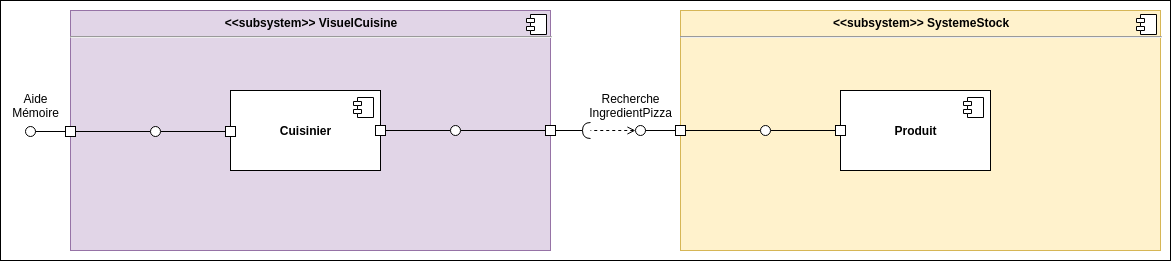
This is Diag_component_visu_cuisine.png from micktymoon/P6_pelletier_c-line, a draw.io export, as it was before one commit. Source tidied: cells renumbered, new cells last; positions are measured from the earlier drawing's top-left corner, leaving out a move shared by most shapes.
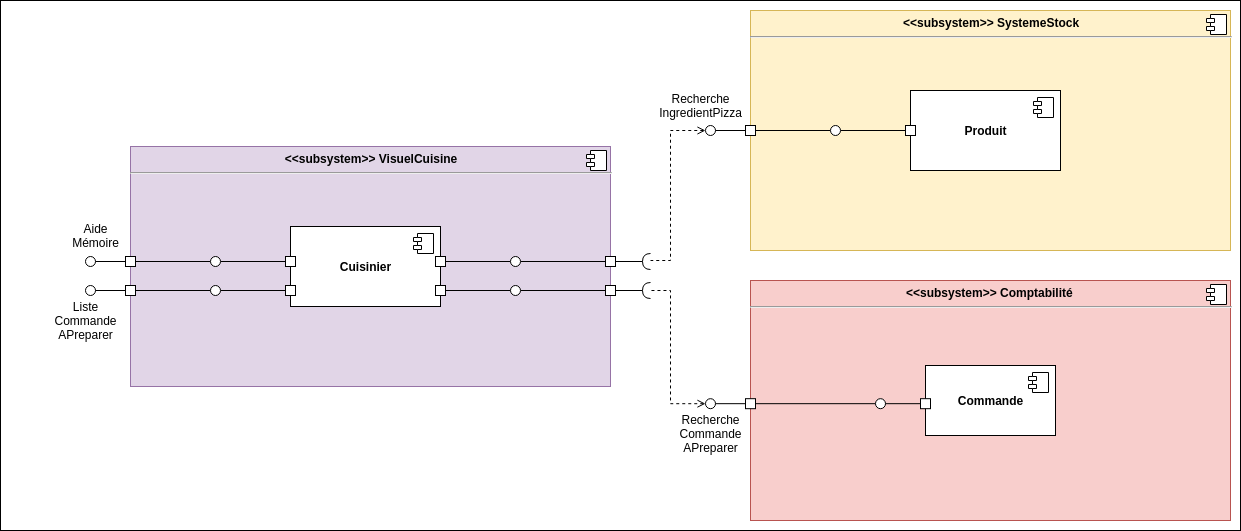
Above is the later version.

What changed in the source:
```diff
@@ -2,11 +2,11 @@
   <root>
     <mxCell id="0" />
     <mxCell id="1" parent="0" />
-    <mxCell id="2" style="rounded=0;whiteSpace=wrap;html=1;" parent="1" vertex="1">
-      <mxGeometry width="1170" height="260" as="geometry" />
-    </mxCell>
+    <mxCell id="34" style="rounded=0;whiteSpace=wrap;html=1;" parent="1" vertex="1">
+      <mxGeometry x="-70" width="1240" height="530" as="geometry" />
+    </mxCell>
     <mxCell id="3" value="&lt;p style=&quot;margin: 6px 0px 0px ; text-align: center&quot;&gt;&lt;b&gt;&amp;lt;&amp;lt;subsystem&amp;gt;&amp;gt; VisuelCuisine&lt;/b&gt;&lt;/p&gt;&lt;hr&gt;&lt;p style=&quot;margin: 0px 0px 0px 8px&quot;&gt;&lt;br&gt;&lt;/p&gt;" style="align=left;overflow=fill;html=1;fillColor=#e1d5e7;strokeColor=#9673a6;" parent="1" vertex="1">
-      <mxGeometry x="70" y="10" width="480" height="240" as="geometry" />
+      <mxGeometry x="60" y="146" width="480" height="240" as="geometry" />
     </mxCell>
     <mxCell id="4" style="shape=component;jettyWidth=8;jettyHeight=4;" parent="3" vertex="1">
       <mxGeometry x="1" width="20" height="20" relative="1" as="geometry">
@@ -14,7 +14,7 @@
       </mxGeometry>
     </mxCell>
     <mxCell id="5" value="&lt;b&gt;Cuisinier&lt;/b&gt;" style="html=1;" parent="1" vertex="1">
-      <mxGeometry x="230" y="90" width="150" height="80" as="geometry" />
+      <mxGeometry x="220" y="226" width="150" height="80" as="geometry" />
     </mxCell>
     <mxCell id="6" style="shape=component;jettyWidth=8;jettyHeight=4;" parent="5" vertex="1">
       <mxGeometry x="1" width="20" height="20" relative="1" as="geometry">
@@ -22,24 +22,24 @@
       </mxGeometry>
     </mxCell>
     <mxCell id="7" style="whiteSpace=wrap;html=1;" parent="1" vertex="1">
-      <mxGeometry x="375" y="125" width="10" height="10" as="geometry" />
+      <mxGeometry x="365" y="256" width="10" height="10" as="geometry" />
     </mxCell>
     <mxCell id="8" style="rounded=0;jettySize=auto;html=1;endArrow=halfCircle;endFill=0;endSize=6;strokeWidth=1;exitX=0;exitY=0.5;exitDx=0;exitDy=0;" parent="1" edge="1" source="11">
       <mxGeometry relative="1" as="geometry">
-        <mxPoint x="590" y="130" as="targetPoint" />
+        <mxPoint x="580" y="261" as="targetPoint" />
       </mxGeometry>
     </mxCell>
     <mxCell id="9" style="edgeStyle=none;rounded=0;jettySize=auto;html=1;startArrow=none;startFill=0;endArrow=none;endFill=0;exitX=1;exitY=0.5;exitDx=0;exitDy=0;" parent="1" edge="1" source="7" target="12">
       <mxGeometry relative="1" as="geometry" />
     </mxCell>
-    <mxCell id="10" style="edgeStyle=none;rounded=0;jettySize=auto;html=1;exitX=0;exitY=0.5;exitDx=0;exitDy=0;startArrow=none;startFill=0;endArrow=none;endFill=0;" parent="1" edge="1" source="11" target="12">
+    <mxCell id="10" style="edgeStyle=none;rounded=0;jettySize=auto;html=1;startArrow=none;startFill=0;endArrow=none;endFill=0;" parent="1" edge="1" source="11" target="12">
       <mxGeometry relative="1" as="geometry" />
     </mxCell>
     <mxCell id="11" style="whiteSpace=wrap;html=1;" parent="1" vertex="1">
-      <mxGeometry x="545" y="125" width="10" height="10" as="geometry" />
+      <mxGeometry x="535" y="256" width="10" height="10" as="geometry" />
     </mxCell>
     <mxCell id="12" style="ellipse;whiteSpace=wrap;html=1;fontFamily=Helvetica;fontSize=12;fontColor=#000000;align=center;strokeColor=#000000;fillColor=#ffffff;points=[];direction=south;" parent="1" vertex="1">
-      <mxGeometry x="450" y="125" width="10" height="10" as="geometry" />
+      <mxGeometry x="440" y="256" width="10" height="10" as="geometry" />
     </mxCell>
     <mxCell id="13" value="Recherche&lt;br&gt;IngredientPizza" style="text;html=1;align=center;verticalAlign=middle;" parent="1" vertex="1">
       <mxGeometry x="580" y="90" width="100" height="30" as="geometry" />
@@ -81,13 +81,17 @@
     <mxCell id="24" style="ellipse;whiteSpace=wrap;html=1;fontFamily=Helvetica;fontSize=12;fontColor=#000000;align=center;strokeColor=#000000;fillColor=#ffffff;points=[];direction=south;" parent="1" vertex="1">
       <mxGeometry x="635" y="125" width="10" height="10" as="geometry" />
     </mxCell>
-    <mxCell id="25" style="edgeStyle=none;rounded=0;jettySize=auto;html=1;startArrow=open;startFill=0;endArrow=none;endFill=0;dashed=1;" parent="1" edge="1" source="24">
+    <mxCell id="25" style="rounded=0;jettySize=auto;html=1;startArrow=open;startFill=0;endArrow=none;endFill=0;dashed=1;edgeStyle=orthogonalEdgeStyle;" parent="1" edge="1" source="24">
       <mxGeometry relative="1" as="geometry">
-        <mxPoint x="590" y="130" as="targetPoint" />
+        <mxPoint x="580" y="260" as="targetPoint" />
+        <Array as="points">
+          <mxPoint x="600" y="130" />
+          <mxPoint x="600" y="260" />
+        </Array>
       </mxGeometry>
     </mxCell>
     <mxCell id="26" style="whiteSpace=wrap;html=1;" parent="1" vertex="1">
-      <mxGeometry x="225" y="126" width="10" height="10" as="geometry" />
+      <mxGeometry x="215" y="256" width="10" height="10" as="geometry" />
     </mxCell>
     <mxCell id="27" style="edgeStyle=none;rounded=0;jettySize=auto;html=1;exitX=0;exitY=0.5;exitDx=0;exitDy=0;startArrow=none;startFill=0;endArrow=none;endFill=0;" parent="1" edge="1" source="26" target="31">
       <mxGeometry relative="1" as="geometry" />
@@ -99,16 +103,110 @@
       <mxGeometry relative="1" as="geometry" />
     </mxCell>
     <mxCell id="30" style="whiteSpace=wrap;html=1;" parent="1" vertex="1">
-      <mxGeometry x="65" y="126" width="10" height="10" as="geometry" />
+      <mxGeometry x="55" y="256" width="10" height="10" as="geometry" />
     </mxCell>
     <mxCell id="31" style="ellipse;whiteSpace=wrap;html=1;fontFamily=Helvetica;fontSize=12;fontColor=#000000;align=center;strokeColor=#000000;fillColor=#ffffff;points=[];direction=south;" parent="1" vertex="1">
-      <mxGeometry x="150" y="126" width="10" height="10" as="geometry" />
+      <mxGeometry x="140" y="256" width="10" height="10" as="geometry" />
     </mxCell>
     <mxCell id="32" style="ellipse;whiteSpace=wrap;html=1;fontFamily=Helvetica;fontSize=12;fontColor=#000000;align=center;strokeColor=#000000;fillColor=#ffffff;points=[];direction=south;" parent="1" vertex="1">
-      <mxGeometry x="25" y="126" width="10" height="10" as="geometry" />
+      <mxGeometry x="15" y="256" width="10" height="10" as="geometry" />
     </mxCell>
     <mxCell id="33" value="Aide&lt;br&gt;Mémoire" style="text;html=1;align=center;verticalAlign=middle;" parent="1" vertex="1">
-      <mxGeometry x="5" y="90" width="60" height="30" as="geometry" />
+      <mxGeometry x="-5" y="220" width="60" height="30" as="geometry" />
     </mxCell>
+    <mxCell id="35" value="&lt;p style=&quot;margin: 0px ; margin-top: 6px ; text-align: center&quot;&gt;&lt;b&gt;&amp;lt;&amp;lt;subsystem&amp;gt;&amp;gt; Comptabilité&amp;nbsp;&lt;/b&gt;&lt;/p&gt;&lt;hr&gt;&lt;p style=&quot;margin: 0px ; margin-left: 8px&quot;&gt;&lt;br&gt;&lt;/p&gt;" style="align=left;overflow=fill;html=1;fillColor=#f8cecc;strokeColor=#b85450;" parent="1" vertex="1">
+      <mxGeometry x="680" y="280" width="480" height="240" as="geometry" />
+    </mxCell>
+    <mxCell id="36" style="shape=component;jettyWidth=8;jettyHeight=4;" parent="35" vertex="1">
+      <mxGeometry x="1" width="20" height="20" relative="1" as="geometry">
+        <mxPoint x="-24" y="4" as="offset" />
+      </mxGeometry>
+    </mxCell>
+    <mxCell id="37" value="&lt;b&gt;Commande&lt;/b&gt;" style="html=1;" parent="1" vertex="1">
+      <mxGeometry x="855" y="365" width="130" height="70" as="geometry" />
+    </mxCell>
+    <mxCell id="38" style="shape=component;jettyWidth=8;jettyHeight=4;" parent="37" vertex="1">
+      <mxGeometry x="1" width="20" height="20" relative="1" as="geometry">
+        <mxPoint x="-27" y="7" as="offset" />
+      </mxGeometry>
+    </mxCell>
+    <mxCell id="39" style="whiteSpace=wrap;html=1;" parent="1" vertex="1">
+      <mxGeometry x="675" y="398.2" width="10" height="10" as="geometry" />
+    </mxCell>
+    <mxCell id="40" style="rounded=0;jettySize=auto;html=1;endArrow=none;endFill=0;exitX=1;exitY=0.5;exitDx=0;exitDy=0;" parent="1" edge="1" source="39" target="41">
+      <mxGeometry relative="1" as="geometry" />
+    </mxCell>
+    <mxCell id="41" style="ellipse;whiteSpace=wrap;html=1;fontFamily=Helvetica;fontSize=12;fontColor=#000000;align=center;strokeColor=#000000;fillColor=#ffffff;points=[];" parent="1" vertex="1">
+      <mxGeometry x="805" y="398.2" width="10" height="10" as="geometry" />
+    </mxCell>
+    <mxCell id="42" style="edgeStyle=none;rounded=0;jettySize=auto;html=1;startArrow=none;startFill=0;endArrow=none;endFill=0;exitX=0;exitY=0.5;exitDx=0;exitDy=0;" parent="1" edge="1" source="43" target="41">
+      <mxGeometry relative="1" as="geometry" />
+    </mxCell>
+    <mxCell id="43" style="whiteSpace=wrap;html=1;" parent="1" vertex="1">
+      <mxGeometry x="850" y="398.2" width="10" height="10" as="geometry" />
+    </mxCell>
+    <mxCell id="44" style="edgeStyle=none;rounded=0;jettySize=auto;html=1;exitX=0;exitY=0.5;exitDx=0;exitDy=0;entryX=0.5;entryY=0.1;entryDx=0;entryDy=0;entryPerimeter=0;endArrow=none;endFill=0;" parent="1" edge="1" source="39" target="45">
+      <mxGeometry relative="1" as="geometry" />
+    </mxCell>
+    <mxCell id="45" style="ellipse;whiteSpace=wrap;html=1;fontFamily=Helvetica;fontSize=12;fontColor=#000000;align=center;strokeColor=#000000;fillColor=#ffffff;points=[];direction=south;" parent="1" vertex="1">
+      <mxGeometry x="635" y="398.2" width="10" height="10" as="geometry" />
+    </mxCell>
+    <mxCell id="46" style="edgeStyle=orthogonalEdgeStyle;rounded=0;orthogonalLoop=1;jettySize=auto;html=1;startArrow=open;startFill=0;endArrow=none;endFill=0;dashed=1;" parent="1" edge="1">
+      <mxGeometry relative="1" as="geometry">
+        <mxPoint x="635" y="403.2" as="sourcePoint" />
+        <mxPoint x="580" y="290" as="targetPoint" />
+        <Array as="points">
+          <mxPoint x="600" y="403" />
+          <mxPoint x="600" y="290" />
+        </Array>
+      </mxGeometry>
+    </mxCell>
+    <mxCell id="47" style="whiteSpace=wrap;html=1;" parent="1" vertex="1">
+      <mxGeometry x="365" y="285" width="10" height="10" as="geometry" />
+    </mxCell>
+    <mxCell id="48" style="rounded=0;jettySize=auto;html=1;endArrow=halfCircle;endFill=0;endSize=6;strokeWidth=1;exitX=0;exitY=0.5;exitDx=0;exitDy=0;" parent="1" edge="1" source="51">
+      <mxGeometry relative="1" as="geometry">
+        <mxPoint x="580" y="290" as="targetPoint" />
+      </mxGeometry>
+    </mxCell>
+    <mxCell id="49" style="edgeStyle=none;rounded=0;jettySize=auto;html=1;startArrow=none;startFill=0;endArrow=none;endFill=0;exitX=1;exitY=0.5;exitDx=0;exitDy=0;" parent="1" edge="1" source="47" target="52">
+      <mxGeometry relative="1" as="geometry" />
+    </mxCell>
+    <mxCell id="50" style="edgeStyle=none;rounded=0;jettySize=auto;html=1;exitX=0;exitY=0.5;exitDx=0;exitDy=0;startArrow=none;startFill=0;endArrow=none;endFill=0;" parent="1" edge="1" source="51" target="52">
+      <mxGeometry relative="1" as="geometry" />
+    </mxCell>
+    <mxCell id="51" style="whiteSpace=wrap;html=1;" parent="1" vertex="1">
+      <mxGeometry x="535" y="285" width="10" height="10" as="geometry" />
+    </mxCell>
+    <mxCell id="52" style="ellipse;whiteSpace=wrap;html=1;fontFamily=Helvetica;fontSize=12;fontColor=#000000;align=center;strokeColor=#000000;fillColor=#ffffff;points=[];direction=south;" parent="1" vertex="1">
+      <mxGeometry x="440" y="285" width="10" height="10" as="geometry" />
+    </mxCell>
+    <mxCell id="53" value="Recherche&lt;br&gt;Commande&lt;br&gt;APreparer" style="text;html=1;align=center;verticalAlign=middle;" parent="1" vertex="1">
+      <mxGeometry x="600" y="408.2" width="80" height="50" as="geometry" />
+    </mxCell>
+    <mxCell id="54" style="whiteSpace=wrap;html=1;" parent="1" vertex="1">
+      <mxGeometry x="215" y="285" width="10" height="10" as="geometry" />
+    </mxCell>
+    <mxCell id="55" style="edgeStyle=none;rounded=0;jettySize=auto;html=1;exitX=0;exitY=0.5;exitDx=0;exitDy=0;startArrow=none;startFill=0;endArrow=none;endFill=0;" parent="1" edge="1" source="54" target="59">
+      <mxGeometry relative="1" as="geometry" />
+    </mxCell>
+    <mxCell id="56" style="edgeStyle=none;rounded=0;jettySize=auto;html=1;exitX=1;exitY=0.5;exitDx=0;exitDy=0;startArrow=none;startFill=0;endArrow=none;endFill=0;" parent="1" edge="1" source="58" target="59">
+      <mxGeometry relative="1" as="geometry" />
+    </mxCell>
+    <mxCell id="57" style="edgeStyle=none;rounded=0;jettySize=auto;html=1;exitX=0;exitY=0.5;exitDx=0;exitDy=0;entryX=0.5;entryY=0.1;entryDx=0;entryDy=0;entryPerimeter=0;endArrow=none;endFill=0;" parent="1" edge="1" source="58" target="60">
+      <mxGeometry relative="1" as="geometry" />
+    </mxCell>
+    <mxCell id="58" style="whiteSpace=wrap;html=1;" parent="1" vertex="1">
+      <mxGeometry x="55" y="285" width="10" height="10" as="geometry" />
+    </mxCell>
+    <mxCell id="59" style="ellipse;whiteSpace=wrap;html=1;fontFamily=Helvetica;fontSize=12;fontColor=#000000;align=center;strokeColor=#000000;fillColor=#ffffff;points=[];direction=south;" parent="1" vertex="1">
+      <mxGeometry x="140" y="285" width="10" height="10" as="geometry" />
+    </mxCell>
+    <mxCell id="60" style="ellipse;whiteSpace=wrap;html=1;fontFamily=Helvetica;fontSize=12;fontColor=#000000;align=center;strokeColor=#000000;fillColor=#ffffff;points=[];direction=south;" parent="1" vertex="1">
+      <mxGeometry x="15" y="285" width="10" height="10" as="geometry" />
+    </mxCell>
+    <mxCell id="61" value="Liste&lt;br&gt;Commande&lt;br&gt;APreparer" style="text;html=1;align=center;verticalAlign=middle;" parent="1" vertex="1">
+      <mxGeometry x="-25" y="295" width="80" height="50" as="geometry" />
+    </mxCell>
   </root>
 </mxGraphModel>
```
